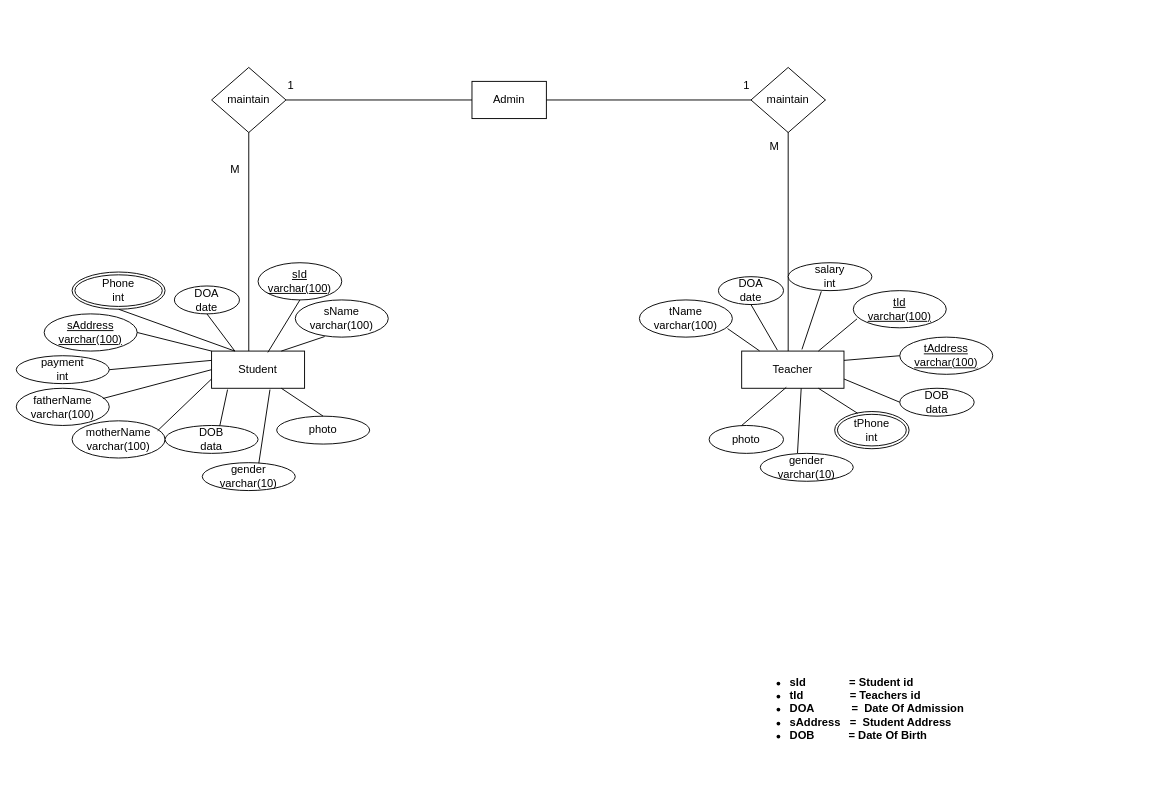
The draw.io diagram ER-Diagram.drawio in Dulara-Akalanka/Group-Software-Project, before the edit. Source tidied: cells renumbered, new cells numbered last; positions are measured from the earlier drawing's top-left corner, leaving out a move shared by most shapes. Both pictures are drawn from the tidied source at 93%, with x=0, y=0 at pixel (16, 67).
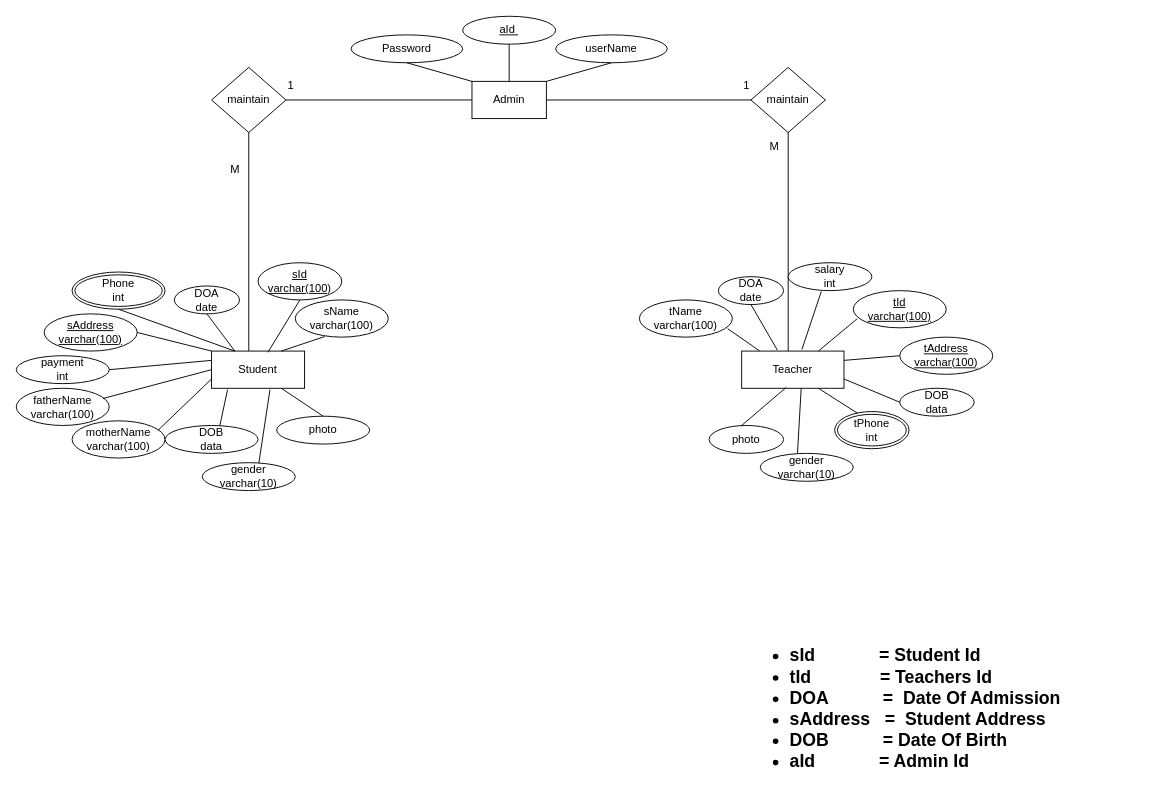
After the change.

Unchanged cells that the change refers to:
```xml
<mxCell id="29" value="Admin" style="whiteSpace=wrap;html=1;align=center;" parent="1" vertex="1">
  <mxGeometry x="490" y="15" width="80" height="40" as="geometry" />
</mxCell>
```

The edit, as a diff of the source:
```diff
@@
-    <mxCell id="57" value="&lt;blockquote style=&quot;margin: 0 0 0 40px; border: none; padding: 0px;&quot;&gt;&lt;div style=&quot;&quot;&gt;&lt;div style=&quot;&quot;&gt;&lt;ul&gt;&lt;li&gt;&lt;b&gt;&lt;span style=&quot;background-color: initial;&quot;&gt;sId&amp;nbsp; &amp;nbsp; &amp;nbsp; &amp;nbsp; &amp;nbsp; &amp;nbsp; &amp;nbsp; =&amp;nbsp;&lt;/span&gt;&lt;span style=&quot;background-color: initial;&quot;&gt;Student id&lt;/span&gt;&lt;/b&gt;&lt;/li&gt;&lt;li&gt;&lt;span style=&quot;background-color: initial;&quot;&gt;&lt;b&gt;tId&amp;nbsp; &amp;nbsp; &amp;nbsp; &amp;nbsp; &amp;nbsp; &amp;nbsp; &amp;nbsp; &amp;nbsp;= Teachers id&amp;nbsp; &amp;nbsp; &amp;nbsp; &amp;nbsp; &amp;nbsp; &amp;nbsp; &amp;nbsp;&amp;nbsp;&lt;/b&gt;&lt;/span&gt;&lt;/li&gt;&lt;li&gt;&lt;span style=&quot;background-color: initial;&quot;&gt;&lt;b&gt;DOA&amp;nbsp; &amp;nbsp; &amp;nbsp; &amp;nbsp; &amp;nbsp; &amp;nbsp; =&amp;nbsp; Date Of Admission&lt;/b&gt;&lt;/span&gt;&lt;/li&gt;&lt;li&gt;&lt;span style=&quot;background-color: initial;&quot;&gt;&lt;b&gt;sAddress&amp;nbsp; &amp;nbsp;=&amp;nbsp; Student Address&lt;/b&gt;&lt;/span&gt;&lt;/li&gt;&lt;li&gt;&lt;span style=&quot;background-color: initial;&quot;&gt;&lt;b&gt;DOB&amp;nbsp; &amp;nbsp; &amp;nbsp; &amp;nbsp; &amp;nbsp; &amp;nbsp;= Date Of Birth&lt;/b&gt;&lt;/span&gt;&lt;/li&gt;&lt;/ul&gt;&lt;/div&gt;&lt;/div&gt;&lt;/blockquote&gt;" style="text;html=1;strokeColor=none;fillColor=none;align=left;verticalAlign=middle;whiteSpace=wrap;rounded=0;" parent="1" vertex="1">
+    <mxCell id="57" value="&lt;blockquote style=&quot;margin: 0 0 0 40px; border: none; padding: 0px;&quot;&gt;&lt;div style=&quot;&quot;&gt;&lt;div style=&quot;font-size: 19px;&quot;&gt;&lt;ul&gt;&lt;li&gt;&lt;b&gt;&lt;span style=&quot;background-color: initial;&quot;&gt;sId&amp;nbsp; &amp;nbsp; &amp;nbsp; &amp;nbsp; &amp;nbsp; &amp;nbsp; &amp;nbsp;=&amp;nbsp;&lt;/span&gt;&lt;span style=&quot;background-color: initial;&quot;&gt;Student Id&lt;/span&gt;&lt;/b&gt;&lt;/li&gt;&lt;li&gt;&lt;span style=&quot;background-color: initial;&quot;&gt;&lt;b&gt;tId&amp;nbsp; &amp;nbsp; &amp;nbsp; &amp;nbsp; &amp;nbsp; &amp;nbsp; &amp;nbsp; = Teachers Id&amp;nbsp; &amp;nbsp; &amp;nbsp; &amp;nbsp; &amp;nbsp; &amp;nbsp; &amp;nbsp;&amp;nbsp;&lt;/b&gt;&lt;/span&gt;&lt;/li&gt;&lt;li&gt;&lt;span style=&quot;background-color: initial;&quot;&gt;&lt;b&gt;DOA&amp;nbsp; &amp;nbsp; &amp;nbsp; &amp;nbsp; &amp;nbsp; &amp;nbsp;=&amp;nbsp; Date Of Admission&lt;/b&gt;&lt;/span&gt;&lt;/li&gt;&lt;li&gt;&lt;span style=&quot;background-color: initial;&quot;&gt;&lt;b&gt;sAddress&amp;nbsp; &amp;nbsp;=&amp;nbsp; Student Address&lt;/b&gt;&lt;/span&gt;&lt;/li&gt;&lt;li&gt;&lt;span style=&quot;background-color: initial;&quot;&gt;&lt;b&gt;DOB&amp;nbsp; &amp;nbsp; &amp;nbsp; &amp;nbsp; &amp;nbsp; &amp;nbsp;= Date Of Birth&lt;/b&gt;&lt;/span&gt;&lt;/li&gt;&lt;li&gt;&lt;b&gt;aId&amp;nbsp; &amp;nbsp; &amp;nbsp; &amp;nbsp; &amp;nbsp; &amp;nbsp; &amp;nbsp;= Admin Id&lt;/b&gt;&lt;/li&gt;&lt;/ul&gt;&lt;/div&gt;&lt;/div&gt;&lt;/blockquote&gt;" style="text;html=1;strokeColor=none;fillColor=none;align=left;verticalAlign=middle;whiteSpace=wrap;rounded=0;" parent="1" vertex="1">
       <mxGeometry x="750" y="625" width="460" height="130" as="geometry" />
     </mxCell>
+    <mxCell id="58" value="&lt;u&gt;aId&amp;nbsp;&lt;/u&gt;" style="ellipse;whiteSpace=wrap;html=1;" parent="1" vertex="1">
+      <mxGeometry x="480" y="-55" width="100" height="30" as="geometry" />
+    </mxCell>
+    <mxCell id="59" value="userName" style="ellipse;whiteSpace=wrap;html=1;" parent="1" vertex="1">
+      <mxGeometry x="580" y="-35" width="120" height="30" as="geometry" />
+    </mxCell>
+    <mxCell id="60" value="Password" style="ellipse;whiteSpace=wrap;html=1;" parent="1" vertex="1">
+      <mxGeometry x="360" y="-35" width="120" height="30" as="geometry" />
+    </mxCell>
+    <mxCell id="61" style="endArrow=none;html=1;rounded=0;entryX=0.5;entryY=1;entryDx=0;entryDy=0;exitX=0.5;exitY=0;exitDx=0;exitDy=0;" parent="1" edge="1" source="29" target="58">
+      <mxGeometry relative="1" as="geometry" />
+    </mxCell>
+    <mxCell id="62" style="endArrow=none;html=1;rounded=0;entryX=0.5;entryY=1;entryDx=0;entryDy=0;exitX=1;exitY=0;exitDx=0;exitDy=0;" parent="1" edge="1" source="29" target="59">
+      <mxGeometry relative="1" as="geometry" />
+    </mxCell>
+    <mxCell id="63" style="endArrow=none;html=1;rounded=0;exitX=0;exitY=0;exitDx=0;exitDy=0;entryX=0.5;entryY=1;entryDx=0;entryDy=0;" parent="1" edge="1" source="29" target="60">
+      <mxGeometry relative="1" as="geometry" />
+    </mxCell>
```
